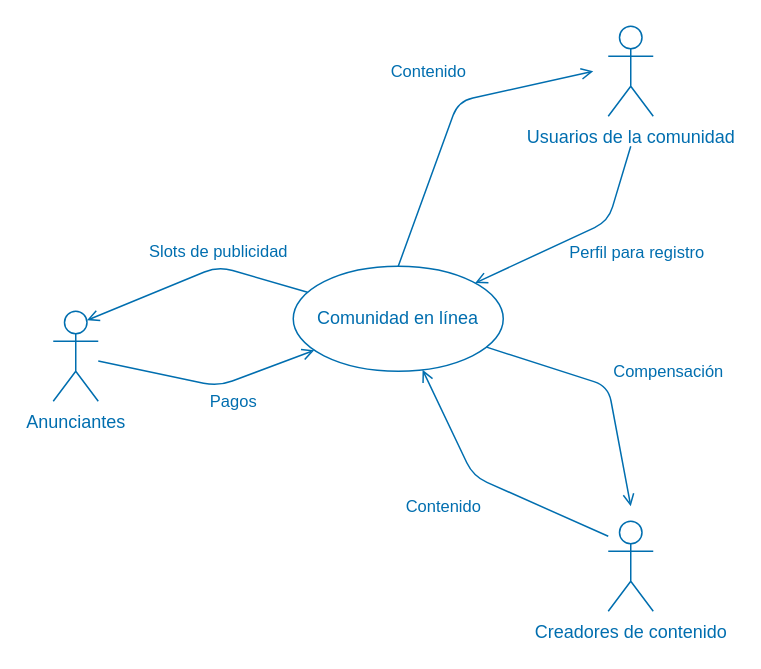
Before: diagrams/Context_Diagram_Example.drawio in ucudal/ANDIS_Conceptos, a draw.io diagram. Source tidied: cells renumbered, new cells numbered last; positions are measured from the earlier drawing's top-left corner, leaving out a move shared by most shapes. Both pictures are drawn from the tidied source at 150%, with x=0, y=0 at pixel (52, 26).
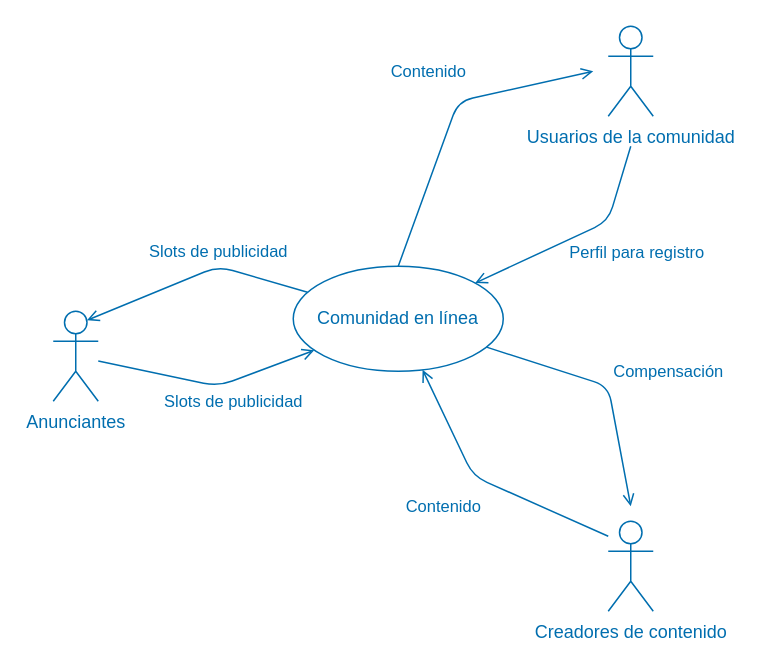
Above is the later version.

Commit message:
Apply suggestions from code review

Unchanged cells that the change refers to:
```xml
<mxCell id="5" value="Comunidad en línea" style="ellipse;whiteSpace=wrap;html=1;fillColor=none;fontColor=#006EAF;strokeColor=#006EAF;" parent="1" vertex="1">
  <mxGeometry x="160" y="160" width="140" height="70" as="geometry" />
</mxCell>
<mxCell id="9" value="Anunciantes" style="shape=umlActor;html=1;verticalLabelPosition=bottom;verticalAlign=top;align=center;fillColor=none;fontColor=#006EAF;strokeColor=#006EAF;" parent="1" vertex="1">
  <mxGeometry y="190" width="30" height="60" as="geometry" />
</mxCell>
```

The edit, as a diff of the source:
```diff
@@
-    <mxCell id="8" value="Pagos" style="edgeStyle=none;html=1;endArrow=open;endFill=0;fillColor=#1ba1e2;strokeColor=#006EAF;fontColor=#006EAF;labelBackgroundColor=none;" parent="1" edge="1" source="9" target="5">
+    <mxCell id="8" value="Slots de publicidad" style="edgeStyle=none;html=1;endArrow=open;endFill=0;fillColor=#1ba1e2;strokeColor=#006EAF;fontColor=#006EAF;labelBackgroundColor=none;" parent="1" edge="1" source="9" target="5">
       <mxGeometry x="0.17" y="-13" relative="1" as="geometry">
         <Array as="points">
           <mxPoint x="110" y="240" />
         </Array>
       </mxGeometry>
     </mxCell>
```
